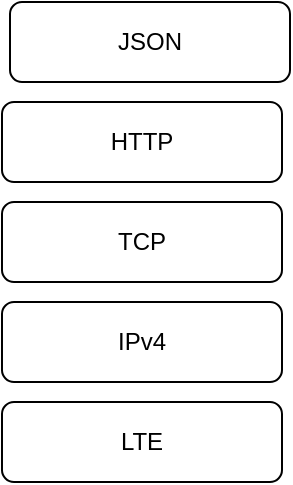
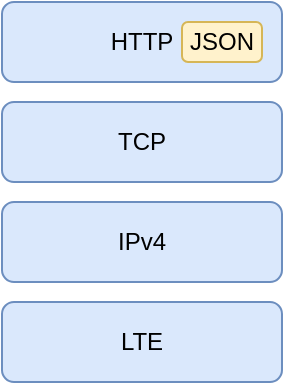
<mxfile host="app.diagrams.net">
  <diagram name="Strona-1" id="DPsqSI-zgmFPrYd2Tdto">
-     <mxGraphModel dx="982" dy="681" grid="1" gridSize="10" guides="1" tooltips="1" connect="1" arrows="1" fold="1" page="1" pageScale="1" pageWidth="827" pageHeight="1169" math="0" shadow="0">
+     <mxGraphModel dx="386" dy="389" grid="1" gridSize="10" guides="1" tooltips="1" connect="1" arrows="1" fold="1" page="1" pageScale="1" pageWidth="827" pageHeight="1169" math="0" shadow="0">
      <root>
        <mxCell id="0" />
        <mxCell id="1" parent="0" />
-         <mxCell id="S_G5nw2y3s7snTzaHKGq-5" parent="1" style="rounded=1;whiteSpace=wrap;html=1;" value="LTE" vertex="1">
+         <mxCell id="S_G5nw2y3s7snTzaHKGq-5" parent="1" style="rounded=1;whiteSpace=wrap;html=1;fillColor=#dae8fc;strokeColor=#6c8ebf;" value="LTE" vertex="1">
          <mxGeometry height="40" width="140" x="340" y="390" as="geometry" />
        </mxCell>
-         <mxCell id="S_G5nw2y3s7snTzaHKGq-6" parent="1" style="rounded=1;whiteSpace=wrap;html=1;" value="IPv4" vertex="1">
+         <mxCell id="S_G5nw2y3s7snTzaHKGq-6" parent="1" style="rounded=1;whiteSpace=wrap;html=1;fillColor=#dae8fc;strokeColor=#6c8ebf;" value="IPv4" vertex="1">
          <mxGeometry height="40" width="140" x="340" y="340" as="geometry" />
        </mxCell>
-         <mxCell id="S_G5nw2y3s7snTzaHKGq-7" parent="1" style="rounded=1;whiteSpace=wrap;html=1;" value="TCP" vertex="1">
+         <mxCell id="S_G5nw2y3s7snTzaHKGq-7" parent="1" style="rounded=1;whiteSpace=wrap;html=1;fillColor=#dae8fc;strokeColor=#6c8ebf;" value="TCP" vertex="1">
          <mxGeometry height="40" width="140" x="340" y="290" as="geometry" />
        </mxCell>
-         <mxCell id="S_G5nw2y3s7snTzaHKGq-8" parent="1" style="rounded=1;whiteSpace=wrap;html=1;" value="HTTP" vertex="1">
+         <mxCell id="S_G5nw2y3s7snTzaHKGq-8" parent="1" style="rounded=1;whiteSpace=wrap;html=1;fillColor=#dae8fc;strokeColor=#6c8ebf;" value="HTTP" vertex="1">
          <mxGeometry height="40" width="140" x="340" y="240" as="geometry" />
        </mxCell>
-         <mxCell id="S_G5nw2y3s7snTzaHKGq-10" parent="1" style="rounded=1;whiteSpace=wrap;html=1;" value="JSON" vertex="1">
-           <mxGeometry height="40" width="140" x="344" y="190" as="geometry" />
+         <mxCell id="S_G5nw2y3s7snTzaHKGq-10" parent="1" style="rounded=1;whiteSpace=wrap;html=1;fillColor=#fff2cc;strokeColor=#d6b656;" value="JSON" vertex="1">
+           <mxGeometry height="20" width="40" x="430" y="250" as="geometry" />
        </mxCell>
      </root>
    </mxGraphModel>
  </diagram>
</mxfile>
